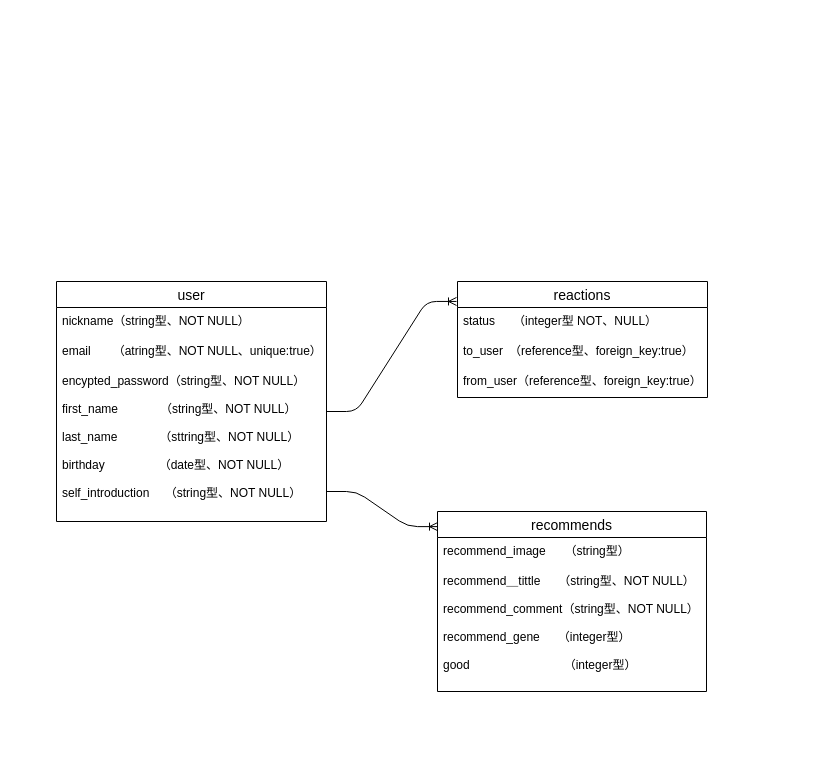
The draw.io diagram recommend.dio in toiro1016/recommend-me, before the edit. Source tidied: cells renumbered, new cells numbered last; positions are measured from the earlier drawing's top-left corner, leaving out a move shared by most shapes. Both pictures are drawn from the tidied source at 100%, with x=0, y=0 at pixel (56, 281).
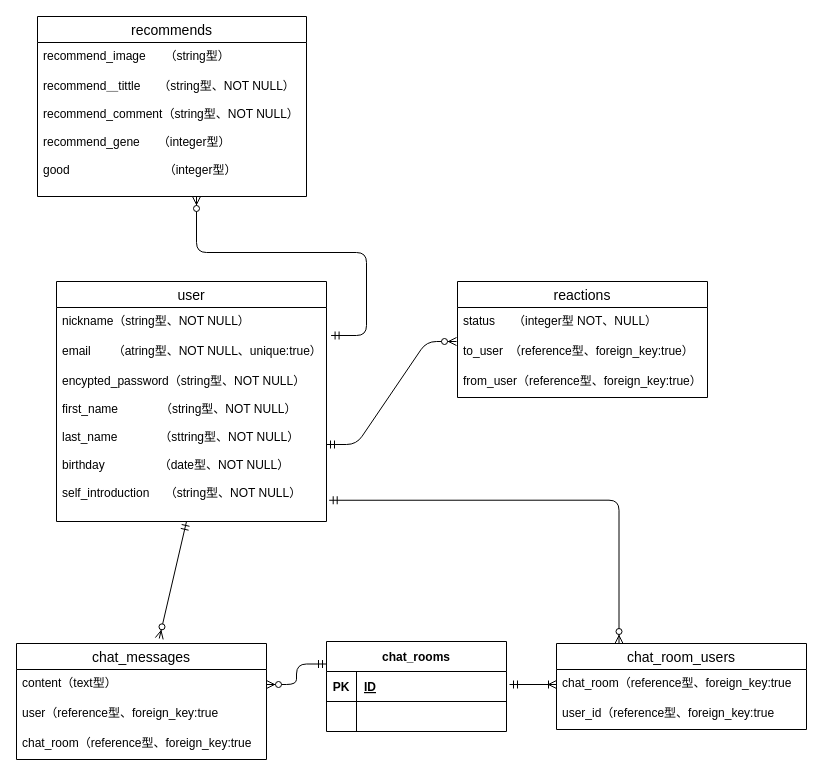
After the change.

The change refers to these unchanged cells:
```xml
<mxCell id="3" value="nickname（string型、NOT NULL）&#10;&#10;&#10;" style="text;strokeColor=none;fillColor=none;spacingLeft=4;spacingRight=4;overflow=hidden;points=[[0,0.5],[1,0.5]];portConstraint=eastwest;fontSize=12;" parent="2" vertex="1">
  <mxGeometry y="26" width="270" height="30" as="geometry" />
</mxCell>
<mxCell id="5" value="encypted_password（string型、NOT NULL）&#10;&#10;first_name　　　　（string型、NOT NULL）&#10;&#10;last_name　　　　（sttring型、NOT NULL）&#10;&#10;birthday　　　　　（date型、NOT NULL）&#10;&#10;self_introduction　 （string型、NOT NULL）" style="text;strokeColor=none;fillColor=none;spacingLeft=4;spacingRight=4;overflow=hidden;points=[[0,0.5],[1,0.5]];portConstraint=eastwest;fontSize=12;" parent="2" vertex="1">
  <mxGeometry y="86" width="270" height="154" as="geometry" />
</mxCell>
<mxCell id="6" value="reactions" style="swimlane;fontStyle=0;horizontal=1;startSize=26;align=center;fontSize=14;" parent="1" vertex="1">
  <mxGeometry x="401" width="250" height="116" as="geometry" />
</mxCell>
<mxCell id="12" value="recommend＿tittle　　（string型、NOT NULL）&#10;&#10;recommend_comment（string型、NOT NULL）&#10;&#10;recommend_gene　　（integer型）&#10;&#10;good 　　　　　　　  （integer型）" style="text;strokeColor=none;fillColor=none;spacingLeft=4;spacingRight=4;overflow=hidden;points=[[0,0.5],[1,0.5]];portConstraint=eastwest;fontSize=12;" parent="10" vertex="1">
  <mxGeometry y="56" width="269" height="124" as="geometry" />
</mxCell>
```

What changed in the source:
```diff
@@
     <mxCell id="10" value="recommends" style="swimlane;fontStyle=0;horizontal=1;startSize=26;align=center;fontSize=14;" parent="1" vertex="1">
-      <mxGeometry x="381" y="230" width="269" height="180" as="geometry" />
+      <mxGeometry x="-19" y="-265" width="269" height="180" as="geometry" />
     </mxCell>
@@
-    <mxCell id="13" style="edgeStyle=entityRelationEdgeStyle;fontSize=12;html=1;endArrow=ERoneToMany;entryX=-0.004;entryY=0.172;entryDx=0;entryDy=0;entryPerimeter=0;" parent="1" edge="1" target="6">
-      <mxGeometry relative="1" as="geometry">
-        <mxPoint x="270" y="130" as="sourcePoint" />
-      </mxGeometry>
-    </mxCell>
-    <mxCell id="14" style="edgeStyle=entityRelationEdgeStyle;fontSize=12;html=1;endArrow=ERoneToMany;entryX=0;entryY=0.084;entryDx=0;entryDy=0;entryPerimeter=0;" parent="1" edge="1" target="10">
-      <mxGeometry relative="1" as="geometry">
-        <mxPoint x="270" y="210" as="sourcePoint" />
-      </mxGeometry>
-    </mxCell>
+    <mxCell id="15" value="chat_room_users" style="swimlane;fontStyle=0;horizontal=1;startSize=26;align=center;fontSize=14;" parent="1" vertex="1">
+      <mxGeometry x="500" y="362" width="250" height="86" as="geometry" />
+    </mxCell>
+    <mxCell id="16" value="chat_room（reference型、foreign_key:true" style="text;strokeColor=none;fillColor=none;spacingLeft=4;spacingRight=4;overflow=hidden;points=[[0,0.5],[1,0.5]];portConstraint=eastwest;fontSize=12;" parent="15" vertex="1">
+      <mxGeometry y="26" width="250" height="30" as="geometry" />
+    </mxCell>
+    <mxCell id="17" value="user_id（reference型、foreign_key:true" style="text;strokeColor=none;fillColor=none;spacingLeft=4;spacingRight=4;overflow=hidden;fontSize=12;" parent="15" vertex="1">
+      <mxGeometry y="56" width="250" height="30" as="geometry" />
+    </mxCell>
+    <mxCell id="18" value="chat_rooms" style="shape=table;startSize=30;childLayout=tableLayout;rowLines=0;fontStyle=1;align=center;" parent="1" vertex="1">
+      <mxGeometry x="270" y="360" width="180" height="90" as="geometry" />
+    </mxCell>
+    <mxCell id="19" style="shape=partialRectangle;fillColor=none;top=0;left=0;bottom=1;right=0;" parent="18" vertex="1">
+      <mxGeometry y="30" width="180" height="30" as="geometry" />
+    </mxCell>
+    <mxCell id="20" value="PK" style="shape=partialRectangle;fillColor=none;top=0;left=0;bottom=0;right=0;fontStyle=1;overflow=hidden;" parent="19" vertex="1">
+      <mxGeometry width="30" height="30" as="geometry" />
+    </mxCell>
+    <mxCell id="21" value="ID" style="shape=partialRectangle;fillColor=none;top=0;left=0;bottom=0;right=0;align=left;spacingLeft=6;fontStyle=5;overflow=hidden;" parent="19" vertex="1">
+      <mxGeometry x="30" width="150" height="30" as="geometry" />
+    </mxCell>
+    <mxCell id="22" style="shape=partialRectangle;fillColor=none;top=0;left=0;bottom=0;right=0;" parent="18" vertex="1">
+      <mxGeometry y="60" width="180" height="30" as="geometry" />
+    </mxCell>
+    <mxCell id="23" style="shape=partialRectangle;fillColor=none;top=0;left=0;bottom=0;right=0;overflow=hidden;" parent="22" vertex="1">
+      <mxGeometry width="30" height="30" as="geometry" />
+    </mxCell>
+    <mxCell id="24" style="shape=partialRectangle;fillColor=none;top=0;left=0;bottom=0;right=0;align=left;spacingLeft=6;overflow=hidden;" parent="22" vertex="1">
+      <mxGeometry x="30" width="150" height="30" as="geometry" />
+    </mxCell>
+    <mxCell id="25" value="chat_messages" style="swimlane;fontStyle=0;horizontal=1;startSize=26;align=center;fontSize=14;" parent="1" vertex="1">
+      <mxGeometry x="-40" y="362" width="250" height="116" as="geometry" />
+    </mxCell>
+    <mxCell id="26" value="content（text型）" style="text;strokeColor=none;fillColor=none;spacingLeft=4;spacingRight=4;overflow=hidden;points=[[0,0.5],[1,0.5]];portConstraint=eastwest;fontSize=12;" parent="25" vertex="1">
+      <mxGeometry y="26" width="250" height="30" as="geometry" />
+    </mxCell>
+    <mxCell id="27" value="user（reference型、foreign_key:true" style="text;strokeColor=none;fillColor=none;spacingLeft=4;spacingRight=4;overflow=hidden;fontSize=12;" parent="25" vertex="1">
+      <mxGeometry y="56" width="250" height="30" as="geometry" />
+    </mxCell>
+    <mxCell id="28" value="chat_room（reference型、foreign_key:true" style="text;strokeColor=none;fillColor=none;spacingLeft=4;spacingRight=4;overflow=hidden;fontSize=12;" parent="25" vertex="1">
+      <mxGeometry y="86" width="250" height="30" as="geometry" />
+    </mxCell>
+    <mxCell id="29" style="edgeStyle=entityRelationEdgeStyle;fontSize=12;html=1;endArrow=ERzeroToMany;startArrow=ERmandOne;entryX=1;entryY=0.5;entryDx=0;entryDy=0;exitX=0;exitY=0.25;exitDx=0;exitDy=0;" parent="1" edge="1" source="18" target="26">
+      <mxGeometry relative="1" as="geometry" />
+    </mxCell>
+    <mxCell id="30" style="fontSize=12;html=1;endArrow=ERzeroToMany;startArrow=ERmandOne;entryX=0.571;entryY=-0.043;entryDx=0;entryDy=0;entryPerimeter=0;" parent="1" edge="1" target="25">
+      <mxGeometry relative="1" as="geometry">
+        <mxPoint x="130" y="240" as="sourcePoint" />
+      </mxGeometry>
+    </mxCell>
+    <mxCell id="31" style="edgeStyle=entityRelationEdgeStyle;fontSize=12;html=1;endArrow=ERzeroToMany;startArrow=ERmandOne;exitX=1;exitY=0.5;exitDx=0;exitDy=0;" parent="1" edge="1" source="5">
+      <mxGeometry relative="1" as="geometry">
+        <mxPoint x="400" y="60" as="targetPoint" />
+      </mxGeometry>
+    </mxCell>
+    <mxCell id="32" style="edgeStyle=orthogonalEdgeStyle;fontSize=12;html=1;endArrow=ERzeroToMany;startArrow=ERmandOne;exitX=1.017;exitY=0.933;exitDx=0;exitDy=0;exitPerimeter=0;" parent="1" edge="1" source="3" target="12">
+      <mxGeometry relative="1" as="geometry">
+        <Array as="points">
+          <mxPoint x="310" y="54" />
+          <mxPoint x="310" y="-29" />
+          <mxPoint x="140" y="-29" />
+        </Array>
+      </mxGeometry>
+    </mxCell>
+    <mxCell id="33" style="fontSize=12;html=1;endArrow=ERzeroToMany;startArrow=ERmandOne;exitX=1.01;exitY=0.862;exitDx=0;exitDy=0;exitPerimeter=0;edgeStyle=orthogonalEdgeStyle;entryX=0.25;entryY=0;entryDx=0;entryDy=0;" parent="1" edge="1" source="5" target="15">
+      <mxGeometry relative="1" as="geometry" />
+    </mxCell>
+    <mxCell id="34" style="fontSize=12;html=1;endArrow=ERoneToMany;startArrow=ERmandOne;entryX=0;entryY=0.5;entryDx=0;entryDy=0;" parent="1" edge="1" target="16">
+      <mxGeometry relative="1" as="geometry">
+        <mxPoint x="453" y="403" as="sourcePoint" />
+      </mxGeometry>
+    </mxCell>
```
